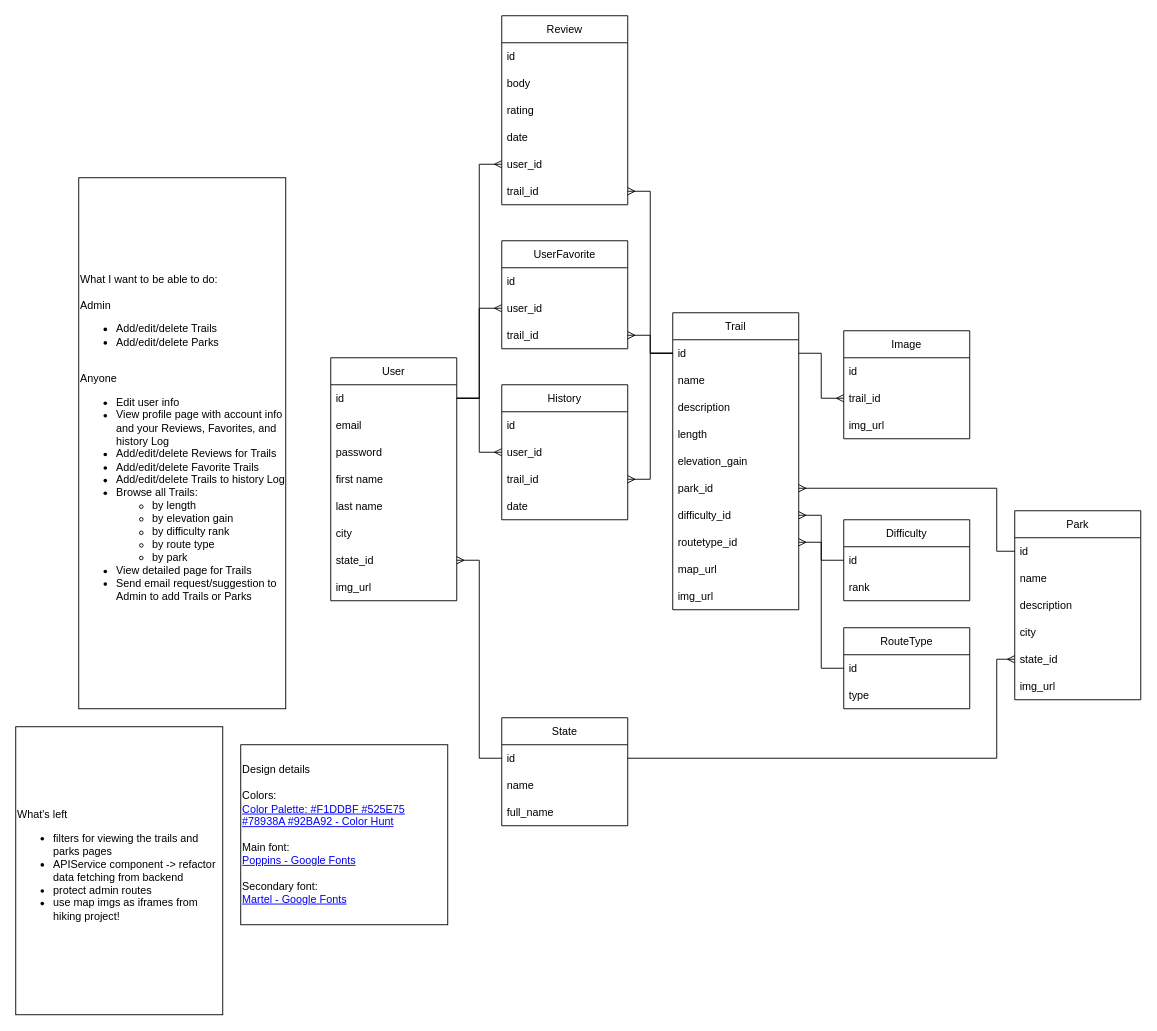
This is planning/HikingVentures Brainstorming.drawio from gdbecker/HikingVentures, a draw.io file, before an edit. Source tidied: cells renumbered, new cells numbered last; positions are measured from the earlier drawing's top-left corner, leaving out a move shared by most shapes. Both pictures are drawn from the tidied source at 90%, with x=0, y=0 at pixel (15, 15).
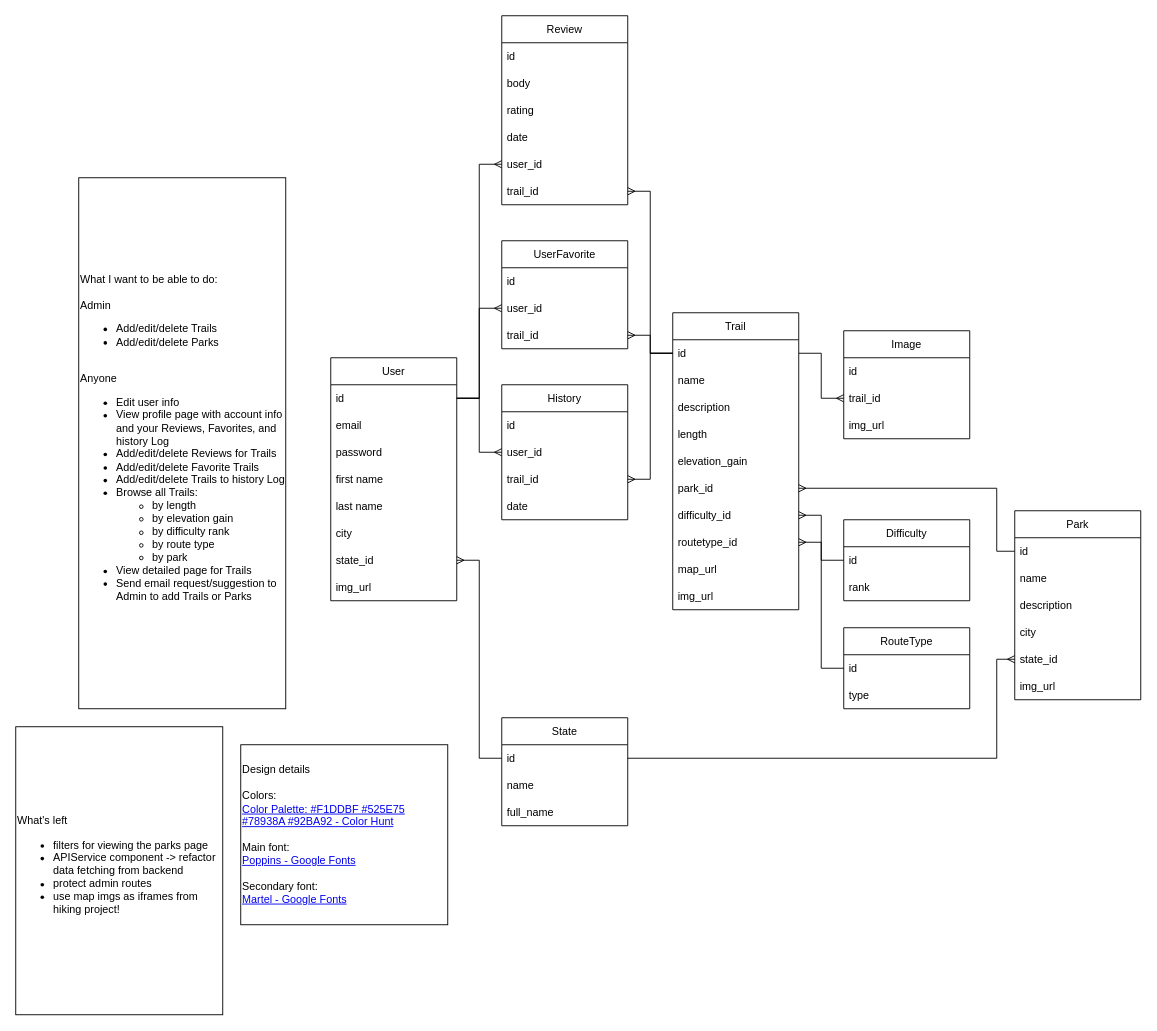
After the change.

Change to the diagram source:
```diff
@@
-    <mxCell id="73" value="What's left&lt;br&gt;&lt;ul&gt;&lt;li&gt;filters for viewing the trails and parks pages&lt;/li&gt;&lt;li&gt;APIService component -&amp;gt; refactor data fetching from backend&lt;/li&gt;&lt;li&gt;protect admin routes&lt;/li&gt;&lt;li&gt;use map imgs as iframes from hiking project!&lt;/li&gt;&lt;/ul&gt;" style="rounded=0;whiteSpace=wrap;html=1;align=left;" parent="1" vertex="1">
+    <mxCell id="73" value="What's left&lt;br&gt;&lt;ul&gt;&lt;li&gt;filters for viewing the parks page&lt;/li&gt;&lt;li&gt;APIService component -&amp;gt; refactor data fetching from backend&lt;/li&gt;&lt;li&gt;protect admin routes&lt;/li&gt;&lt;li&gt;use map imgs as iframes from hiking project!&lt;/li&gt;&lt;/ul&gt;" style="rounded=0;whiteSpace=wrap;html=1;align=left;" parent="1" vertex="1">
       <mxGeometry y="790" width="230" height="320" as="geometry" />
     </mxCell>
```
